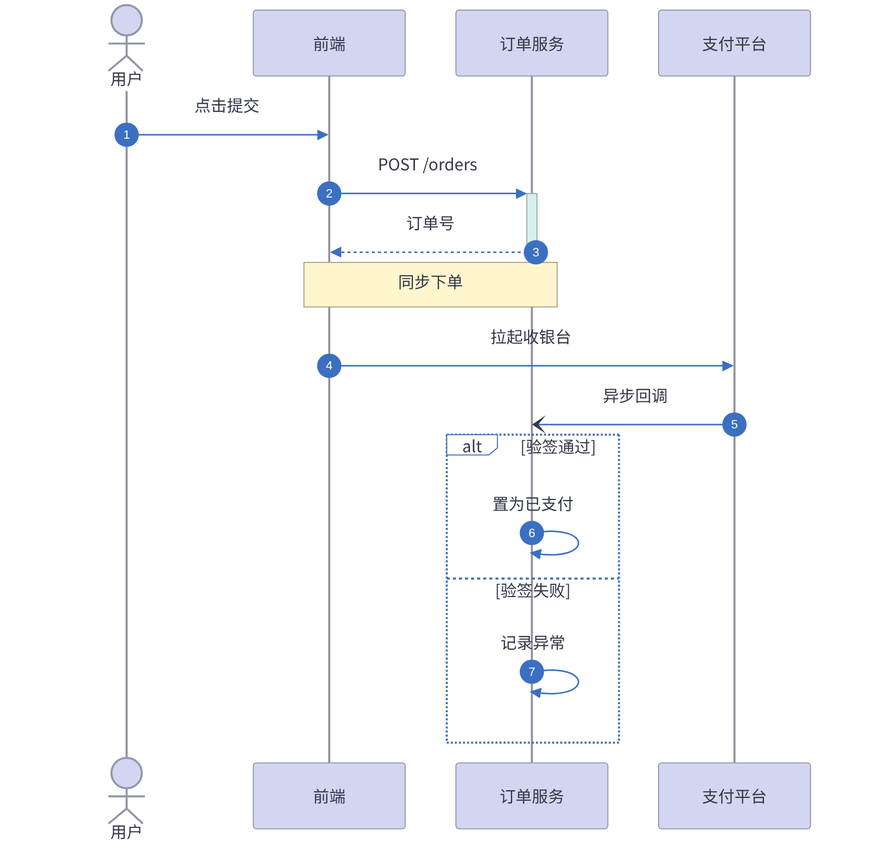
Earlier version of the Mermaid export docs/assets/sequence.png (huang-hee/diagram-kit). Its source is kept beside it as docs/assets/sequence.mmd. The source it was exported from:
```mermaid
---
config:
  theme: base
  fontFamily: "PingFang SC, Microsoft YaHei, Noto Sans CJK SC, Source Han Sans SC, sans-serif"
  themeVariables:
    background: "#FFFFFF"
    primaryColor: "#FFFFFF"
    primaryBorderColor: "#3B6FC2"
    primaryTextColor: "#33384A"
    nodeTextColor: "#33384A"
    secondaryColor: "#FBDBD1"
    tertiaryColor: "#EBF1F9"
    lineColor: "#3B6FC2"
    textColor: "#33384A"
    clusterBkg: "#EBF1F9"
    clusterBorder: "#3B6FC2"
    edgeLabelBackground: "#FFFFFF"
    titleColor: "#33384A"
    noteBkgColor: "#FFF6CE"
    noteBorderColor: "#A6A086"
    noteTextColor: "#33384A"
    actorBkg: "#D2D6F1"
    actorBorder: "#9396A9"
    actorTextColor: "#33384A"
    actorLineColor: "#8F929B"
    signalColor: "#3B6FC2"
    signalTextColor: "#33384A"
    labelBoxBkgColor: "#FFFFFF"
    labelBoxBorderColor: "#3B6FC2"
    labelTextColor: "#33384A"
    loopTextColor: "#33384A"
    activationBkgColor: "#D8F0ED"
    activationBorderColor: "#97A8A6"
    sequenceNumberColor: "#FFFFFF"
---
sequenceDiagram
  autonumber
  actor U as 用户
  participant FE as 前端
  participant O as 订单服务
  participant P as 支付平台
  U->>FE: 点击提交
  FE->>+O: POST /orders
  O-->>-FE: 订单号
  Note over FE,O: 同步下单
  FE->>P: 拉起收银台
  P-)O: 异步回调
  alt 验签通过
    O->>O: 置为已支付
  else 验签失败
    O->>O: 记录异常
  end
```
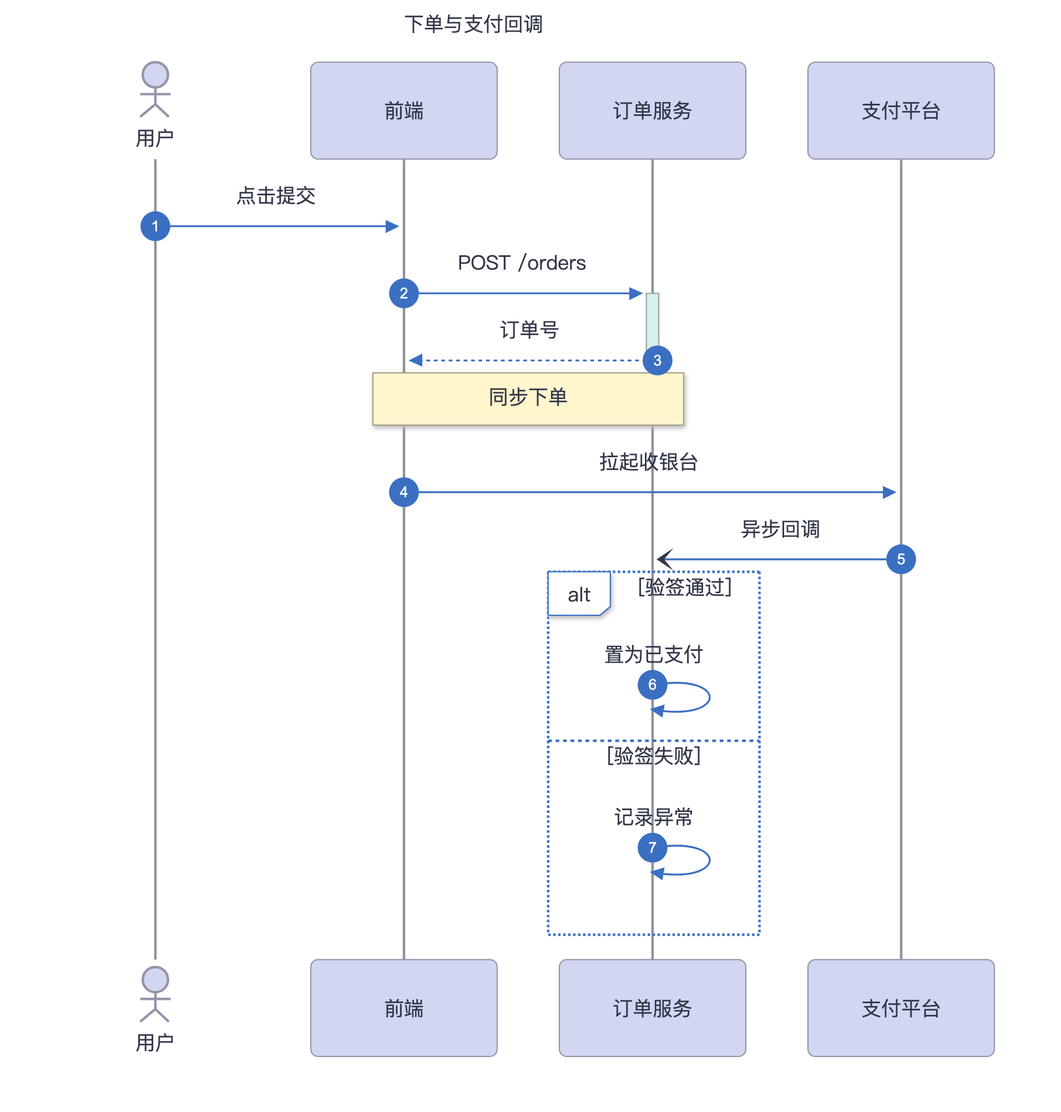
The same diagram one commit later.

The edit, as a diff of the source:
```diff
@@ -1,7 +1,14 @@
 ---
+title: "下单与支付回调"
 config:
   theme: base
   fontFamily: "PingFang SC, Microsoft YaHei, Noto Sans CJK SC, Source Han Sans SC, sans-serif"
+  flowchart:
+    curve: "step"
+    nodeSpacing: 50
+    rankSpacing: 60
+    padding: 12
+    wrappingWidth: 300
   themeVariables:
     background: "#FFFFFF"
     primaryColor: "#FFFFFF"
```
